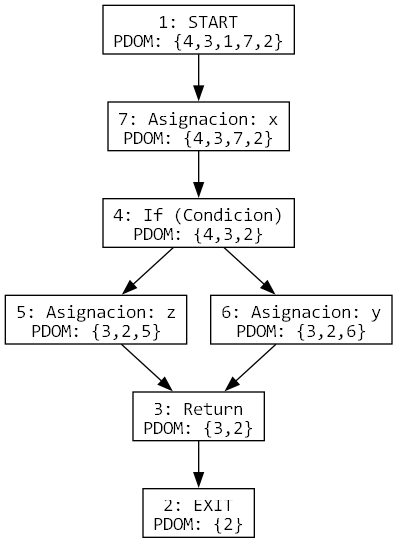
Before: cfg.png, a diagram exported from Graphviz (JoelRodriguez174/TP_Analisis_Estatico). Its source is kept beside it as cfg.dot.
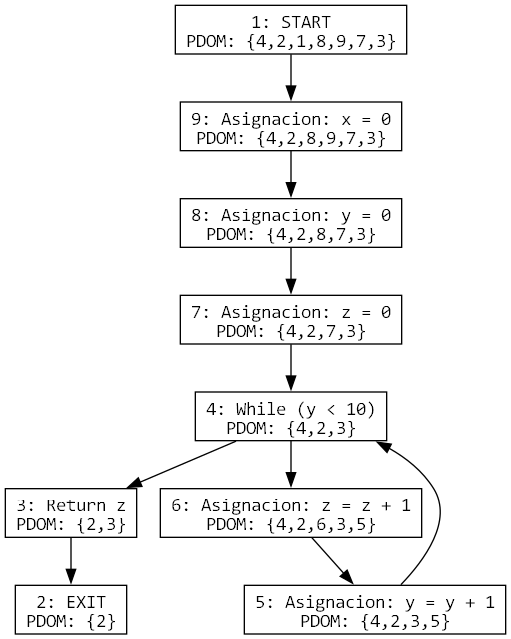
The same file after the commit.

What changed in the source:
```diff
@@ -1,17 +1,21 @@
 digraph CFG {
   node [shape=box, fontname="Consolas"];
-  n1 [label="1: START\nPDOM: {4,3,1,7,2}"];
+  n1 [label="1: START\nPDOM: {4,2,1,8,9,7,3}"];
   n2 [label="2: EXIT\nPDOM: {2}"];
-  n3 [label="3: Return\nPDOM: {3,2}"];
-  n4 [label="4: If (Condicion)\nPDOM: {4,3,2}"];
-  n5 [label="5: Asignacion: z\nPDOM: {3,2,5}"];
-  n6 [label="6: Asignacion: y\nPDOM: {3,2,6}"];
-  n7 [label="7: Asignacion: x\nPDOM: {4,3,7,2}"];
-  n1 -> n7;
+  n3 [label="3: Return z\nPDOM: {2,3}"];
+  n4 [label="4: While (y < 10)\nPDOM: {4,2,3}"];
+  n5 [label="5: Asignacion: y = y + 1\nPDOM: {4,2,3,5}"];
+  n6 [label="6: Asignacion: z = z + 1\nPDOM: {4,2,6,3,5}"];
+  n7 [label="7: Asignacion: z = 0\nPDOM: {4,2,7,3}"];
+  n8 [label="8: Asignacion: y = 0\nPDOM: {4,2,8,7,3}"];
+  n9 [label="9: Asignacion: x = 0\nPDOM: {4,2,8,9,7,3}"];
+  n1 -> n9;
   n3 -> n2;
-  n4 -> n5;
   n4 -> n6;
-  n5 -> n3;
-  n6 -> n3;
+  n4 -> n3;
+  n5 -> n4;
+  n6 -> n5;
   n7 -> n4;
+  n8 -> n7;
+  n9 -> n8;
 }
```
